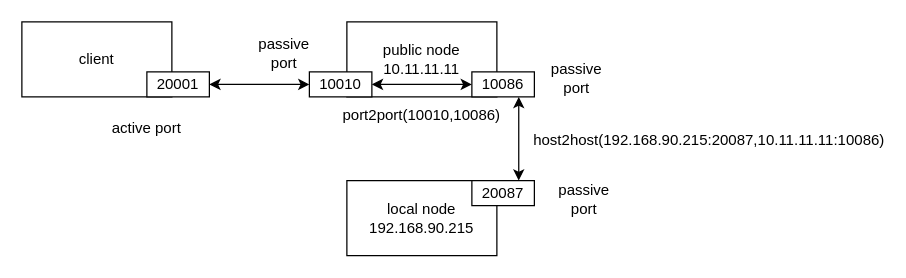
Earlier version of the draw.io diagram notes/未命名绘图.drawio (glianyi/HBSTSG). Source tidied: cells renumbered, new cells numbered last; positions are measured from the earlier drawing's top-left corner, leaving out a move shared by most shapes. Both pictures are drawn from the tidied source at 125%, with x=0, y=0 at pixel (21, 21).
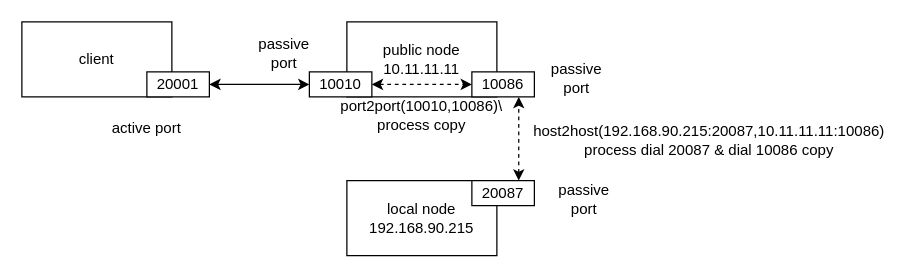
Above is the later version.

Diff of the diagram source:
```diff
@@
 <mxGraphModel>
   <root>
     <mxCell id="0" />
     <mxCell id="1" parent="0" />
     <mxCell id="2" value="public node&lt;br&gt;10.11.11.11" style="rounded=0;whiteSpace=wrap;html=1;" parent="1" vertex="1">
       <mxGeometry x="260" width="120" height="60" as="geometry" />
     </mxCell>
     <mxCell id="3" value="10086" style="rounded=0;whiteSpace=wrap;html=1;" parent="1" vertex="1">
       <mxGeometry x="360" y="40" width="50" height="20" as="geometry" />
     </mxCell>
     <mxCell id="4" value="10010" style="rounded=0;whiteSpace=wrap;html=1;" parent="1" vertex="1">
       <mxGeometry x="230" y="40" width="50" height="20" as="geometry" />
     </mxCell>
     <mxCell id="5" value="local node&lt;br&gt;192.168.90.215" style="rounded=0;whiteSpace=wrap;html=1;" parent="1" vertex="1">
       <mxGeometry x="260" y="127" width="120" height="60" as="geometry" />
     </mxCell>
     <mxCell id="6" value="20087" style="rounded=0;whiteSpace=wrap;html=1;" parent="1" vertex="1">
       <mxGeometry x="360" y="127" width="50" height="20" as="geometry" />
     </mxCell>
     <mxCell id="7" value="client" style="rounded=0;whiteSpace=wrap;html=1;" parent="1" vertex="1">
       <mxGeometry width="120" height="60" as="geometry" />
     </mxCell>
     <mxCell id="8" value="20001" style="rounded=0;whiteSpace=wrap;html=1;" parent="1" vertex="1">
       <mxGeometry x="100" y="40" width="50" height="20" as="geometry" />
     </mxCell>
-    <mxCell id="9" style="endArrow=classic;startArrow=classic;html=1;rounded=0;entryX=0.75;entryY=1;entryDx=0;entryDy=0;exitX=0.75;exitY=0;exitDx=0;exitDy=0;" parent="1" edge="1" source="6" target="3">
+    <mxCell id="9" style="endArrow=classic;startArrow=classic;html=1;rounded=0;entryX=0.75;entryY=1;entryDx=0;entryDy=0;exitX=0.75;exitY=0;exitDx=0;exitDy=0;dashed=1;" parent="1" edge="1" source="6" target="3">
       <mxGeometry relative="1" as="geometry" />
     </mxCell>
     <mxCell id="10" style="endArrow=classic;startArrow=classic;html=1;rounded=0;exitX=1;exitY=0.5;exitDx=0;exitDy=0;" parent="1" edge="1" source="8">
       <mxGeometry relative="1" as="geometry">
         <mxPoint x="230" y="50" as="targetPoint" />
       </mxGeometry>
     </mxCell>
-    <mxCell id="11" value="port2port(10010,10086)" style="text;html=1;strokeColor=none;fillColor=none;align=center;verticalAlign=middle;whiteSpace=wrap;rounded=0;" parent="1" vertex="1">
+    <mxCell id="11" value="port2port(10010,10086)\&lt;br&gt;process copy" style="text;html=1;strokeColor=none;fillColor=none;align=center;verticalAlign=middle;whiteSpace=wrap;rounded=0;" parent="1" vertex="1">
       <mxGeometry x="290" y="60" width="60" height="30" as="geometry" />
     </mxCell>
-    <mxCell id="12" style="endArrow=classic;startArrow=classic;html=1;rounded=0;exitX=1;exitY=0.5;exitDx=0;exitDy=0;" parent="1" edge="1" source="4">
+    <mxCell id="12" style="endArrow=classic;startArrow=classic;html=1;rounded=0;exitX=1;exitY=0.5;exitDx=0;exitDy=0;dashed=1;" parent="1" edge="1" source="4">
       <mxGeometry relative="1" as="geometry">
         <mxPoint x="360" y="50" as="targetPoint" />
       </mxGeometry>
     </mxCell>
-    <mxCell id="13" value="host2host(192.168.90.215:20087,10.11.11.11:10086)" style="text;html=1;strokeColor=none;fillColor=none;align=center;verticalAlign=middle;whiteSpace=wrap;rounded=0;" parent="1" vertex="1">
+    <mxCell id="13" value="host2host(192.168.90.215:20087,10.11.11.11:10086)&lt;br&gt;process dial 20087 &amp;amp; dial 10086 copy" style="text;html=1;strokeColor=none;fillColor=none;align=center;verticalAlign=middle;whiteSpace=wrap;rounded=0;" parent="1" vertex="1">
       <mxGeometry x="520" y="80" width="60" height="30" as="geometry" />
     </mxCell>
     <mxCell id="14" value="passive port" style="text;html=1;strokeColor=none;fillColor=none;align=center;verticalAlign=middle;whiteSpace=wrap;rounded=0;" parent="1" vertex="1">
       <mxGeometry x="414" y="30" width="60" height="30" as="geometry" />
     </mxCell>
     <mxCell id="15" value="passive port" style="text;html=1;strokeColor=none;fillColor=none;align=center;verticalAlign=middle;whiteSpace=wrap;rounded=0;" parent="1" vertex="1">
       <mxGeometry x="180" y="10" width="60" height="30" as="geometry" />
     </mxCell>
     <mxCell id="16" value="active port" style="text;html=1;strokeColor=none;fillColor=none;align=center;verticalAlign=middle;whiteSpace=wrap;rounded=0;" parent="1" vertex="1">
       <mxGeometry x="70" y="70" width="60" height="30" as="geometry" />
     </mxCell>
     <mxCell id="17" value="passive port" style="text;html=1;strokeColor=none;fillColor=none;align=center;verticalAlign=middle;whiteSpace=wrap;rounded=0;" parent="1" vertex="1">
       <mxGeometry x="420" y="127" width="60" height="30" as="geometry" />
     </mxCell>
   </root>
 </mxGraphModel>
```
